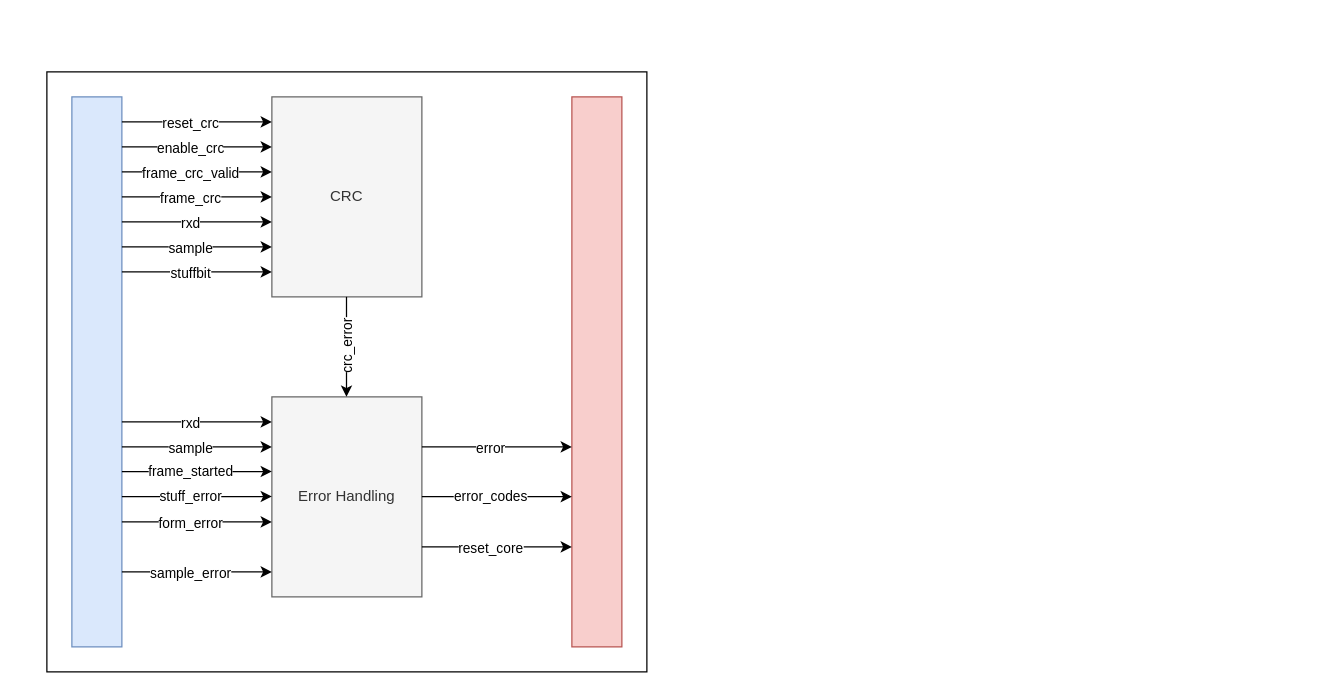
The draw.io diagram content/functional_description/CAN_Core/drawio/CAN_Core_Handling.drawio in YellowPirat/documentation, before the edit. Source tidied: cells renumbered, new cells numbered last; positions are measured from the earlier drawing's top-left corner, leaving out a move shared by most shapes. Both pictures are drawn from the tidied source at 125%, with x=0, y=0 at pixel (46, 71).
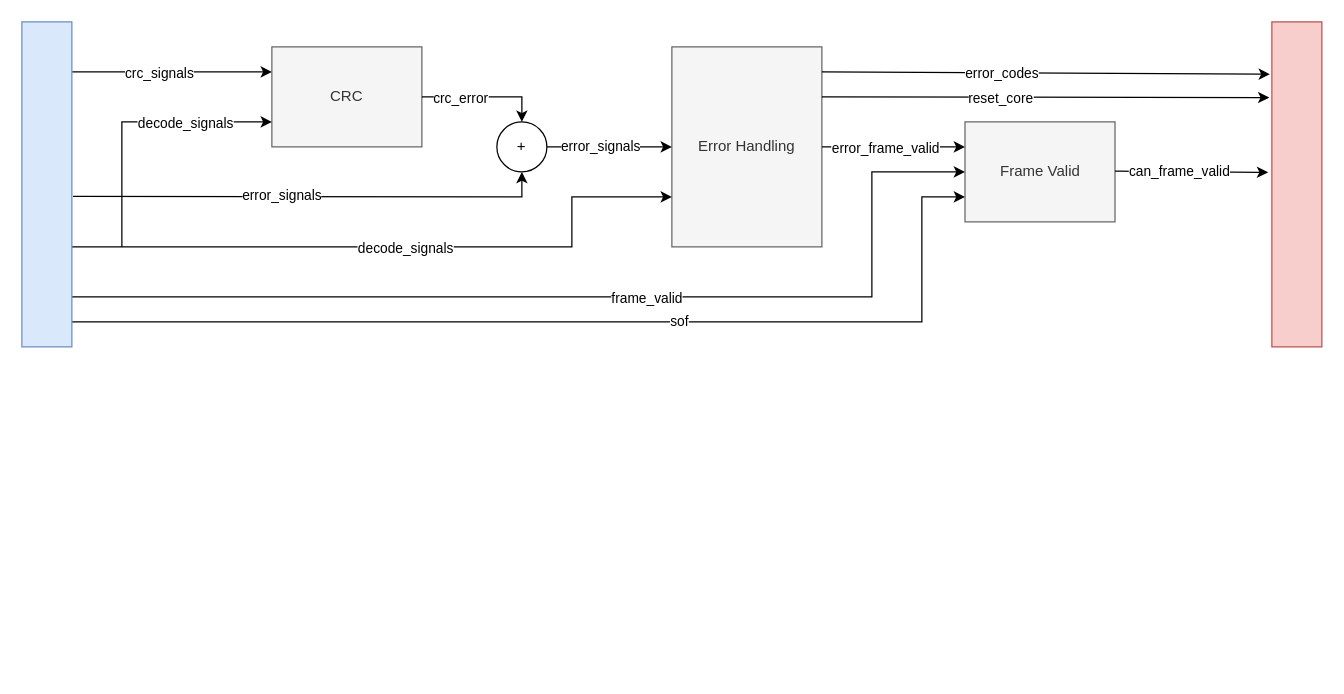
After the change.

Change to the diagram source:
```diff
@@
-    <mxCell id="2" style="rounded=0;whiteSpace=wrap;html=1;" parent="1" vertex="1">
-      <mxGeometry width="480" height="480" as="geometry" />
-    </mxCell>
     <mxCell id="3" value="CRC" style="rounded=0;whiteSpace=wrap;html=1;fillColor=#f5f5f5;fontColor=#333333;strokeColor=#666666;" parent="1" vertex="1">
-      <mxGeometry x="180" y="20" width="120" height="160" as="geometry" />
+      <mxGeometry x="180" y="-20" width="120" height="80" as="geometry" />
     </mxCell>
     <mxCell id="4" value="Error Handling" style="rounded=0;whiteSpace=wrap;html=1;fillColor=#f5f5f5;fontColor=#333333;strokeColor=#666666;" parent="1" vertex="1">
-      <mxGeometry x="180" y="260" width="120" height="160" as="geometry" />
+      <mxGeometry x="500" y="-20" width="120" height="160" as="geometry" />
     </mxCell>
-    <mxCell id="5" style="rounded=0;whiteSpace=wrap;html=1;fillColor=#dae8fc;strokeColor=#6c8ebf;" parent="1" vertex="1">
-      <mxGeometry x="20" y="20" width="40" height="440" as="geometry" />
-    </mxCell>
-    <mxCell id="6" style="rounded=0;whiteSpace=wrap;html=1;fillColor=#f8cecc;strokeColor=#b85450;" parent="1" vertex="1">
-      <mxGeometry x="420" y="20" width="40" height="440" as="geometry" />
-    </mxCell>
-    <mxCell id="7" style="endArrow=classic;html=1;rounded=0;" parent="1" edge="1">
-      <mxGeometry relative="1" as="geometry">
-        <mxPoint x="60" y="280" as="sourcePoint" />
-        <mxPoint x="180" y="280" as="targetPoint" />
-      </mxGeometry>
-    </mxCell>
-    <mxCell id="8" value="rxd" style="edgeLabel;html=1;align=center;verticalAlign=middle;" parent="7" vertex="1">
-      <mxGeometry x="-0.26" y="2" relative="1" as="geometry">
-        <mxPoint x="10" y="2" as="offset" />
-      </mxGeometry>
-    </mxCell>
-    <mxCell id="9" style="endArrow=classic;html=1;rounded=0;" parent="1" edge="1">
-      <mxGeometry relative="1" as="geometry">
-        <mxPoint x="60" y="300" as="sourcePoint" />
-        <mxPoint x="180" y="300" as="targetPoint" />
-      </mxGeometry>
-    </mxCell>
-    <mxCell id="10" value="sample" style="edgeLabel;html=1;align=center;verticalAlign=middle;" parent="9" vertex="1">
-      <mxGeometry x="-0.26" y="2" relative="1" as="geometry">
-        <mxPoint x="10" y="2" as="offset" />
-      </mxGeometry>
-    </mxCell>
-    <mxCell id="11" style="endArrow=classic;html=1;rounded=0;" parent="1" edge="1">
-      <mxGeometry relative="1" as="geometry">
-        <mxPoint x="60" y="319.7" as="sourcePoint" />
-        <mxPoint x="180" y="319.7" as="targetPoint" />
-      </mxGeometry>
-    </mxCell>
-    <mxCell id="12" value="frame_started" style="edgeLabel;html=1;align=center;verticalAlign=middle;" parent="11" vertex="1">
-      <mxGeometry x="-0.26" y="2" relative="1" as="geometry">
-        <mxPoint x="10" y="2" as="offset" />
-      </mxGeometry>
-    </mxCell>
-    <mxCell id="13" style="endArrow=classic;html=1;rounded=0;" parent="1" edge="1">
-      <mxGeometry relative="1" as="geometry">
-        <mxPoint x="60" y="339.7" as="sourcePoint" />
-        <mxPoint x="180" y="339.7" as="targetPoint" />
-      </mxGeometry>
-    </mxCell>
-    <mxCell id="14" value="stuff_error" style="edgeLabel;html=1;align=center;verticalAlign=middle;" parent="13" vertex="1">
-      <mxGeometry x="-0.26" y="2" relative="1" as="geometry">
-        <mxPoint x="10" y="2" as="offset" />
-      </mxGeometry>
-    </mxCell>
-    <mxCell id="15" style="endArrow=classic;html=1;rounded=0;" parent="1" edge="1">
-      <mxGeometry relative="1" as="geometry">
-        <mxPoint x="60" y="360" as="sourcePoint" />
-        <mxPoint x="180" y="360" as="targetPoint" />
-      </mxGeometry>
-    </mxCell>
-    <mxCell id="16" value="form_error" style="edgeLabel;html=1;align=center;verticalAlign=middle;" parent="15" vertex="1">
-      <mxGeometry x="-0.26" y="2" relative="1" as="geometry">
-        <mxPoint x="10" y="2" as="offset" />
-      </mxGeometry>
-    </mxCell>
-    <mxCell id="17" style="endArrow=classic;html=1;rounded=0;" parent="1" edge="1">
-      <mxGeometry relative="1" as="geometry">
-        <mxPoint x="60" y="400" as="sourcePoint" />
-        <mxPoint x="180" y="400" as="targetPoint" />
-      </mxGeometry>
-    </mxCell>
-    <mxCell id="18" value="sample_error" style="edgeLabel;html=1;align=center;verticalAlign=middle;" parent="17" vertex="1">
-      <mxGeometry x="-0.26" y="2" relative="1" as="geometry">
-        <mxPoint x="10" y="2" as="offset" />
-      </mxGeometry>
-    </mxCell>
-    <mxCell id="19" style="endArrow=classic;html=1;rounded=0;" parent="1" edge="1">
+    <mxCell id="19" style="endArrow=classic;html=1;rounded=0;entryX=-0.052;entryY=0.233;entryDx=0;entryDy=0;entryPerimeter=0;" parent="1" edge="1" target="59">
       <mxGeometry relative="1" as="geometry">
-        <mxPoint x="300" y="380" as="sourcePoint" />
-        <mxPoint x="420" y="380" as="targetPoint" />
+        <mxPoint x="620" y="20" as="sourcePoint" />
       </mxGeometry>
     </mxCell>
@@
-    <mxCell id="21" style="endArrow=classic;html=1;rounded=0;" parent="1" edge="1">
-      <mxGeometry relative="1" as="geometry">
-        <mxPoint x="60" y="120" as="sourcePoint" />
-        <mxPoint x="180" y="120" as="targetPoint" />
-      </mxGeometry>
-    </mxCell>
-    <mxCell id="22" value="rxd" style="edgeLabel;html=1;align=center;verticalAlign=middle;" parent="21" vertex="1">
-      <mxGeometry x="-0.26" y="2" relative="1" as="geometry">
-        <mxPoint x="10" y="2" as="offset" />
-      </mxGeometry>
-    </mxCell>
-    <mxCell id="23" style="endArrow=classic;html=1;rounded=0;" parent="1" edge="1">
+    <mxCell id="23" style="endArrow=classic;html=1;rounded=0;entryX=0;entryY=0.75;entryDx=0;entryDy=0;exitX=1;exitY=0.5;exitDx=0;exitDy=0;" parent="1" edge="1" target="4">
       <mxGeometry relative="1" as="geometry">
-        <mxPoint x="60" y="140" as="sourcePoint" />
-        <mxPoint x="180" y="140" as="targetPoint" />
+        <mxPoint x="20" y="140" as="sourcePoint" />
+        <Array as="points">
+          <mxPoint x="420" y="140" />
+          <mxPoint x="420" y="100" />
+        </Array>
       </mxGeometry>
     </mxCell>
-    <mxCell id="24" value="sample" style="edgeLabel;html=1;align=center;verticalAlign=middle;" parent="23" vertex="1">
+    <mxCell id="24" value="decode_signals" style="edgeLabel;html=1;align=center;verticalAlign=middle;" parent="23" vertex="1">
       <mxGeometry x="-0.26" y="2" relative="1" as="geometry">
-        <mxPoint x="10" y="2" as="offset" />
+        <mxPoint x="74" y="2" as="offset" />
       </mxGeometry>
     </mxCell>
-    <mxCell id="25" style="endArrow=classic;html=1;rounded=0;" parent="1" edge="1">
-      <mxGeometry relative="1" as="geometry">
-        <mxPoint x="239.7" y="180" as="sourcePoint" />
-        <mxPoint x="239.7" y="260" as="targetPoint" />
-      </mxGeometry>
-    </mxCell>
-    <mxCell id="26" value="crc_error" style="edgeLabel;html=1;align=center;verticalAlign=middle;rotation=-90;" parent="25" vertex="1">
-      <mxGeometry x="-0.26" y="2" relative="1" as="geometry">
-        <mxPoint x="-2" y="10" as="offset" />
-      </mxGeometry>
-    </mxCell>
-    <mxCell id="27" style="endArrow=classic;html=1;rounded=0;" parent="1" edge="1">
-      <mxGeometry relative="1" as="geometry">
-        <mxPoint x="60" y="160" as="sourcePoint" />
-        <mxPoint x="180" y="160" as="targetPoint" />
-      </mxGeometry>
-    </mxCell>
-    <mxCell id="28" value="stuffbit" style="edgeLabel;html=1;align=center;verticalAlign=middle;" parent="27" vertex="1">
-      <mxGeometry x="-0.26" y="2" relative="1" as="geometry">
-        <mxPoint x="10" y="2" as="offset" />
-      </mxGeometry>
-    </mxCell>
-    <mxCell id="29" style="endArrow=classic;html=1;rounded=0;" parent="1" edge="1">
-      <mxGeometry relative="1" as="geometry">
-        <mxPoint x="60" y="100" as="sourcePoint" />
-        <mxPoint x="180" y="100" as="targetPoint" />
-      </mxGeometry>
-    </mxCell>
-    <mxCell id="30" value="frame_crc" style="edgeLabel;html=1;align=center;verticalAlign=middle;" parent="29" vertex="1">
-      <mxGeometry x="-0.26" y="2" relative="1" as="geometry">
-        <mxPoint x="10" y="2" as="offset" />
-      </mxGeometry>
-    </mxCell>
-    <mxCell id="31" style="endArrow=classic;html=1;rounded=0;" parent="1" edge="1">
-      <mxGeometry relative="1" as="geometry">
-        <mxPoint x="60" y="80" as="sourcePoint" />
-        <mxPoint x="180" y="80" as="targetPoint" />
-      </mxGeometry>
-    </mxCell>
-    <mxCell id="32" value="frame_crc_valid" style="edgeLabel;html=1;align=center;verticalAlign=middle;" parent="31" vertex="1">
-      <mxGeometry x="-0.26" y="2" relative="1" as="geometry">
-        <mxPoint x="10" y="2" as="offset" />
-      </mxGeometry>
-    </mxCell>
-    <mxCell id="33" style="endArrow=classic;html=1;rounded=0;" parent="1" edge="1">
-      <mxGeometry relative="1" as="geometry">
-        <mxPoint x="60" y="60" as="sourcePoint" />
-        <mxPoint x="180" y="60" as="targetPoint" />
-      </mxGeometry>
-    </mxCell>
-    <mxCell id="34" value="enable_crc" style="edgeLabel;html=1;align=center;verticalAlign=middle;" parent="33" vertex="1">
-      <mxGeometry x="-0.26" y="2" relative="1" as="geometry">
-        <mxPoint x="10" y="2" as="offset" />
-      </mxGeometry>
-    </mxCell>
-    <mxCell id="35" style="endArrow=classic;html=1;rounded=0;" parent="1" edge="1">
+    <mxCell id="35" style="endArrow=classic;html=1;rounded=0;exitX=1.004;exitY=0.15;exitDx=0;exitDy=0;exitPerimeter=0;" parent="1" edge="1">
       <mxGeometry relative="1" as="geometry">
-        <mxPoint x="60" y="40" as="sourcePoint" />
-        <mxPoint x="180" y="40" as="targetPoint" />
+        <mxPoint x="20.2" as="sourcePoint" />
+        <mxPoint x="180" as="targetPoint" />
       </mxGeometry>
     </mxCell>
-    <mxCell id="36" value="reset_crc" style="edgeLabel;html=1;align=center;verticalAlign=middle;" parent="35" vertex="1">
+    <mxCell id="36" value="crc_signals" style="edgeLabel;html=1;align=center;verticalAlign=middle;" parent="35" vertex="1">
       <mxGeometry x="-0.26" y="2" relative="1" as="geometry">
         <mxPoint x="10" y="2" as="offset" />
       </mxGeometry>
     </mxCell>
-    <mxCell id="37" style="endArrow=classic;html=1;rounded=0;" parent="1" edge="1">
+    <mxCell id="37" style="endArrow=classic;html=1;rounded=0;entryX=-0.04;entryY=0.161;entryDx=0;entryDy=0;entryPerimeter=0;" parent="1" edge="1" target="59">
       <mxGeometry relative="1" as="geometry">
-        <mxPoint x="300" y="339.8" as="sourcePoint" />
-        <mxPoint x="420" y="339.8" as="targetPoint" />
+        <mxPoint x="620" as="sourcePoint" />
       </mxGeometry>
     </mxCell>
@@
-    <mxCell id="39" style="endArrow=classic;html=1;rounded=0;" parent="1" edge="1">
-      <mxGeometry relative="1" as="geometry">
-        <mxPoint x="300" y="300" as="sourcePoint" />
-        <mxPoint x="420" y="300" as="targetPoint" />
-      </mxGeometry>
-    </mxCell>
-    <mxCell id="40" value="error" style="edgeLabel;html=1;align=center;verticalAlign=middle;" parent="39" vertex="1">
-      <mxGeometry x="-0.26" y="2" relative="1" as="geometry">
-        <mxPoint x="10" y="2" as="offset" />
-      </mxGeometry>
-    </mxCell>
+    <mxCell id="41" value="Frame Valid" style="rounded=0;whiteSpace=wrap;html=1;fillColor=#f5f5f5;fontColor=#333333;strokeColor=#666666;" parent="1" vertex="1">
+      <mxGeometry x="734.5" y="40" width="120" height="80" as="geometry" />
+    </mxCell>
+    <mxCell id="42" style="endArrow=classic;html=1;rounded=0;entryX=0;entryY=0.75;entryDx=0;entryDy=0;exitX=1;exitY=0.65;exitDx=0;exitDy=0;exitPerimeter=0;" parent="1" edge="1" target="41">
+      <mxGeometry relative="1" as="geometry">
+        <mxPoint x="20" y="200" as="sourcePoint" />
+        <Array as="points">
+          <mxPoint x="700" y="200" />
+          <mxPoint x="700" y="100" />
+        </Array>
+      </mxGeometry>
+    </mxCell>
+    <mxCell id="43" value="sof" style="edgeLabel;html=1;align=center;verticalAlign=middle;" parent="42" vertex="1">
+      <mxGeometry x="-0.44" y="1" relative="1" as="geometry">
+        <mxPoint x="257" as="offset" />
+      </mxGeometry>
+    </mxCell>
+    <mxCell id="44" style="endArrow=classic;html=1;rounded=0;entryX=0;entryY=0.5;entryDx=0;entryDy=0;exitX=1;exitY=0.6;exitDx=0;exitDy=0;exitPerimeter=0;" parent="1" edge="1" target="41">
+      <mxGeometry relative="1" as="geometry">
+        <mxPoint x="20" y="180" as="sourcePoint" />
+        <Array as="points">
+          <mxPoint x="660" y="180" />
+          <mxPoint x="660" y="80" />
+        </Array>
+      </mxGeometry>
+    </mxCell>
+    <mxCell id="45" value="frame_valid" style="edgeLabel;html=1;align=center;verticalAlign=middle;" parent="44" vertex="1">
+      <mxGeometry x="-0.46" y="2" relative="1" as="geometry">
+        <mxPoint x="239" y="2" as="offset" />
+      </mxGeometry>
+    </mxCell>
+    <mxCell id="46" style="endArrow=classic;html=1;rounded=0;exitX=1;exitY=0.5;exitDx=0;exitDy=0;entryX=0.5;entryY=0;entryDx=0;entryDy=0;" parent="1" edge="1" source="3" target="49">
+      <mxGeometry relative="1" as="geometry">
+        <Array as="points">
+          <mxPoint x="380" y="20" />
+        </Array>
+      </mxGeometry>
+    </mxCell>
+    <mxCell id="26" value="crc_error" style="edgeLabel;html=1;align=center;verticalAlign=middle;" parent="46" vertex="1">
+      <mxGeometry x="-0.06" relative="1" as="geometry">
+        <mxPoint x="-17" as="offset" />
+      </mxGeometry>
+    </mxCell>
+    <mxCell id="47" style="endArrow=classic;html=1;rounded=0;entryX=0.5;entryY=1;entryDx=0;entryDy=0;exitX=1.022;exitY=0.399;exitDx=0;exitDy=0;exitPerimeter=0;" parent="1" edge="1" target="49">
+      <mxGeometry relative="1" as="geometry">
+        <mxPoint x="20.9" y="99.6" as="sourcePoint" />
+        <Array as="points">
+          <mxPoint x="380" y="100" />
+        </Array>
+      </mxGeometry>
+    </mxCell>
+    <mxCell id="48" value="error_signals" style="edgeLabel;html=1;align=center;verticalAlign=middle;" parent="47" vertex="1">
+      <mxGeometry x="-0.12" y="1" relative="1" as="geometry" />
+    </mxCell>
+    <mxCell id="49" value="+" style="ellipse;whiteSpace=wrap;html=1;" parent="1" vertex="1">
+      <mxGeometry x="360" y="40" width="40" height="40" as="geometry" />
+    </mxCell>
+    <mxCell id="50" style="endArrow=classic;html=1;rounded=0;entryX=0;entryY=0.5;entryDx=0;entryDy=0;" parent="1" edge="1" target="4">
+      <mxGeometry relative="1" as="geometry">
+        <mxPoint x="400" y="60" as="sourcePoint" />
+      </mxGeometry>
+    </mxCell>
+    <mxCell id="51" value="error_signals" style="edgeLabel;html=1;align=center;verticalAlign=middle;" parent="50" vertex="1">
+      <mxGeometry x="-0.17" y="1" relative="1" as="geometry" />
+    </mxCell>
+    <mxCell id="52" style="endArrow=classic;html=1;rounded=0;entryX=0;entryY=0.25;entryDx=0;entryDy=0;" parent="1" edge="1" target="41">
+      <mxGeometry relative="1" as="geometry">
+        <mxPoint x="620" y="60" as="sourcePoint" />
+      </mxGeometry>
+    </mxCell>
+    <mxCell id="53" value="error_frame_valid" style="edgeLabel;html=1;align=center;verticalAlign=middle;" parent="52" vertex="1">
+      <mxGeometry x="-0.13" relative="1" as="geometry" />
+    </mxCell>
+    <mxCell id="54" style="endArrow=classic;html=1;rounded=0;entryX=0.051;entryY=0.351;entryDx=0;entryDy=0;entryPerimeter=0;" parent="1" edge="1">
+      <mxGeometry relative="1" as="geometry">
+        <mxPoint x="854.5" y="79.4" as="sourcePoint" />
+        <mxPoint x="977" y="80.4" as="targetPoint" />
+      </mxGeometry>
+    </mxCell>
+    <mxCell id="55" value="can_frame_valid" style="edgeLabel;html=1;align=center;verticalAlign=middle;" parent="54" vertex="1">
+      <mxGeometry x="-0.16" y="1" relative="1" as="geometry">
+        <mxPoint y="1" as="offset" />
+      </mxGeometry>
+    </mxCell>
+    <mxCell id="56" style="endArrow=classic;html=1;rounded=0;entryX=0;entryY=0.75;entryDx=0;entryDy=0;" parent="1" edge="1" target="3">
+      <mxGeometry relative="1" as="geometry">
+        <mxPoint x="60" y="140" as="sourcePoint" />
+        <Array as="points">
+          <mxPoint x="60" y="40" />
+        </Array>
+      </mxGeometry>
+    </mxCell>
+    <mxCell id="57" value="decode_signals" style="edgeLabel;html=1;align=center;verticalAlign=middle;" parent="56" vertex="1">
+      <mxGeometry x="0.46" y="-1" relative="1" as="geometry">
+        <mxPoint x="-11" y="-1" as="offset" />
+      </mxGeometry>
+    </mxCell>
+    <mxCell id="58" style="rounded=0;whiteSpace=wrap;html=1;fillColor=#dae8fc;strokeColor=#6c8ebf;" parent="1" vertex="1">
+      <mxGeometry x="-20" y="-40" width="40" height="260" as="geometry" />
+    </mxCell>
+    <mxCell id="59" style="rounded=0;whiteSpace=wrap;html=1;fillColor=#f8cecc;strokeColor=#b85450;" parent="1" vertex="1">
+      <mxGeometry x="980" y="-40" width="40" height="260" as="geometry" />
+    </mxCell>
```
